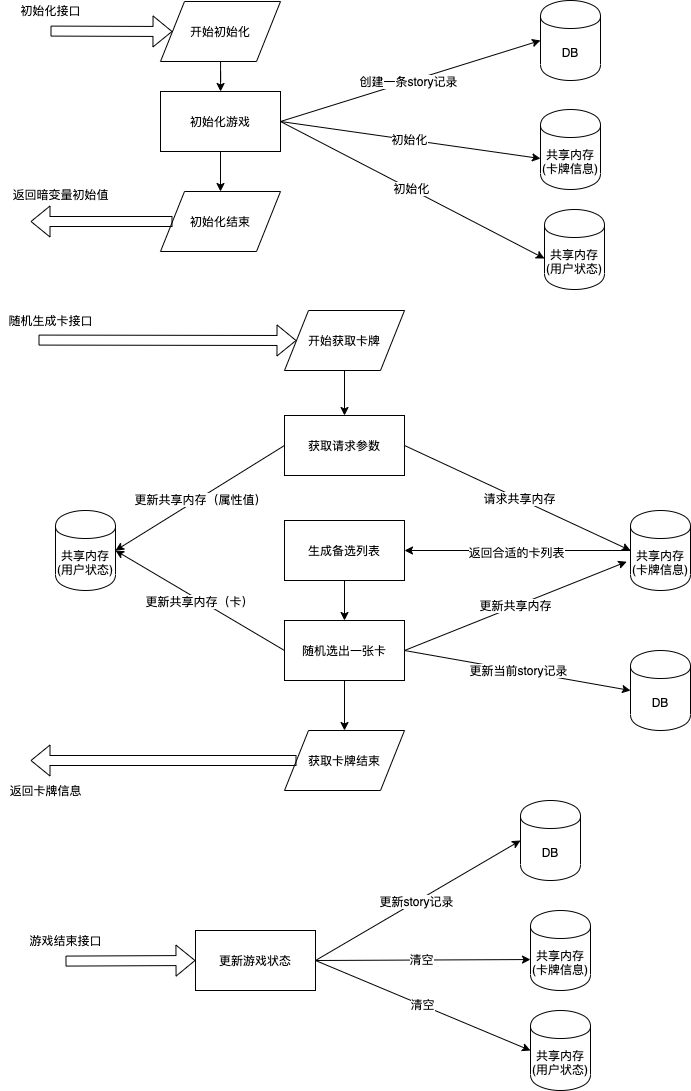
Before: doc/minigame-后台.png, a diagram exported from draw.io (ParallelWorldProject/minigame-antivirus). Source tidied: cells renumbered, new cells last; positions are measured from the earlier drawing's top-left corner, leaving out a move shared by most shapes.
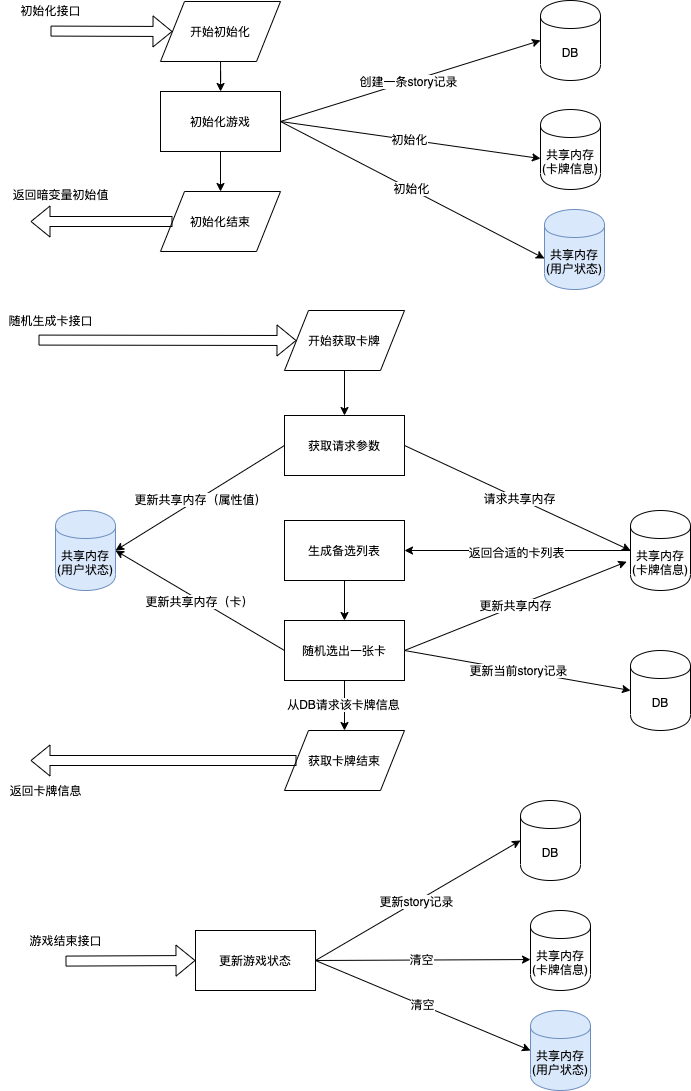
After the change.

Commit message:
1. 更新数据库中1、2两张表 2. 更新后台流程图，先不实现共享内存中用户状态的部分

Diff of the diagram source:
```diff
@@ -70,6 +70,9 @@
     <mxCell id="23" style="edgeStyle=orthogonalEdgeStyle;rounded=0;jettySize=auto;html=1;entryX=0.5;entryY=0;entryDx=0;entryDy=0;" parent="1" edge="1" source="24" target="26">
       <mxGeometry relative="1" as="geometry" />
     </mxCell>
+    <mxCell id="57" value="从DB请求该卡牌信息" style="edgeLabel;html=1;align=center;verticalAlign=middle;fontSize=10;fontColor=#000000;" parent="23" vertex="1">
+      <mxGeometry x="-0.05" y="-2" relative="1" as="geometry" />
+    </mxCell>
     <mxCell id="24" value="随机选出一张卡" style="rounded=0;whiteSpace=wrap;html=1;" parent="1" vertex="1">
       <mxGeometry x="284" y="620" width="120" height="60" as="geometry" />
     </mxCell>
@@ -144,10 +147,10 @@
     <mxCell id="45" value="请求共享内存" style="edgeLabel;html=1;align=center;verticalAlign=middle;" parent="44" vertex="1">
       <mxGeometry x="0.01" y="1" relative="1" as="geometry" />
     </mxCell>
-    <mxCell id="46" value="共享内存(用户状态)" style="shape=cylinder;whiteSpace=wrap;html=1;boundedLbl=1;backgroundOutline=1;fontColor=#000000;" parent="1" vertex="1">
+    <mxCell id="46" value="共享内存(用户状态)" style="shape=cylinder;whiteSpace=wrap;html=1;boundedLbl=1;backgroundOutline=1;fillColor=#dae8fc;strokeColor=#6c8ebf;" parent="1" vertex="1">
       <mxGeometry x="55" y="510" width="60" height="80" as="geometry" />
     </mxCell>
-    <mxCell id="47" value="共享内存(用户状态)" style="shape=cylinder;whiteSpace=wrap;html=1;boundedLbl=1;backgroundOutline=1;fontColor=#000000;" parent="1" vertex="1">
+    <mxCell id="47" value="共享内存(用户状态)" style="shape=cylinder;whiteSpace=wrap;html=1;boundedLbl=1;backgroundOutline=1;fillColor=#dae8fc;strokeColor=#6c8ebf;" parent="1" vertex="1">
       <mxGeometry x="530" y="1010" width="60" height="80" as="geometry" />
     </mxCell>
     <mxCell id="48" style="endArrow=classic;html=1;exitX=1;exitY=0.5;exitDx=0;exitDy=0;entryX=0;entryY=0.5;entryDx=0;entryDy=0;" parent="1" edge="1" source="34" target="47">
@@ -162,7 +165,7 @@
     <mxCell id="51" value="初始化" style="edgeLabel;html=1;align=center;verticalAlign=middle;" parent="50" vertex="1">
       <mxGeometry x="-0.02" y="1" relative="1" as="geometry" />
     </mxCell>
-    <mxCell id="52" value="共享内存(用户状态)" style="shape=cylinder;whiteSpace=wrap;html=1;boundedLbl=1;backgroundOutline=1;" parent="1" vertex="1">
+    <mxCell id="52" value="共享内存(用户状态)" style="shape=cylinder;whiteSpace=wrap;html=1;boundedLbl=1;backgroundOutline=1;fillColor=#dae8fc;strokeColor=#6c8ebf;" parent="1" vertex="1">
       <mxGeometry x="544" y="209" width="60" height="80" as="geometry" />
     </mxCell>
     <mxCell id="53" style="endArrow=classic;html=1;exitX=0;exitY=0.5;exitDx=0;exitDy=0;entryX=1;entryY=0.5;entryDx=0;entryDy=0;" parent="1" edge="1" source="17" target="46">
```
